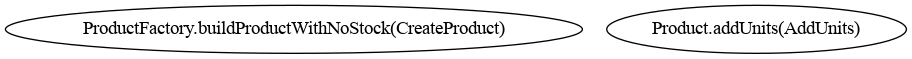
This is shop-doc/img/shop_productmanagement.png from pousse-cafe/pousse-cafe.github.io, a Graphviz export, as it was before one commit. Its source is kept beside it as shop-doc/img/shop_productmanagement.dot. The source it was exported from:
```dot
digraph {
splines=spline;
"ProductFactory.buildProductWithNoStock(CreateProduct)"[shape=ellipse];
"Product.addUnits(AddUnits)"[shape=ellipse];
}
```
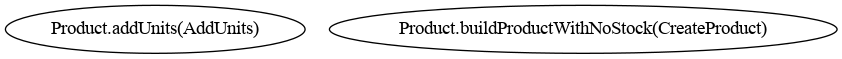
Above is the later version.

Diff of the diagram source:
```diff
@@ -1,5 +1,5 @@
 digraph {
 splines=spline;
-"ProductFactory.buildProductWithNoStock(CreateProduct)"[shape=ellipse];
 "Product.addUnits(AddUnits)"[shape=ellipse];
+"Product.buildProductWithNoStock(CreateProduct)"[shape=ellipse];
 }
```
